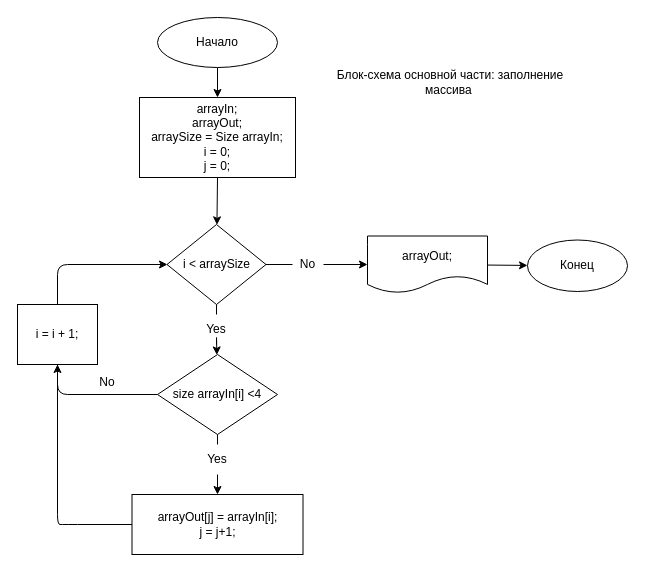
FominaCathy/ControlWork_01 keeps this draw.io diagram as algoritm.drawio. Above is the earlier version. Source tidied: cells renumbered, new cells numbered last; positions are measured from the earlier drawing's top-left corner, leaving out a move shared by most shapes. Both pictures are drawn from the tidied source at 100%, with x=0, y=0 at pixel (17, 17).
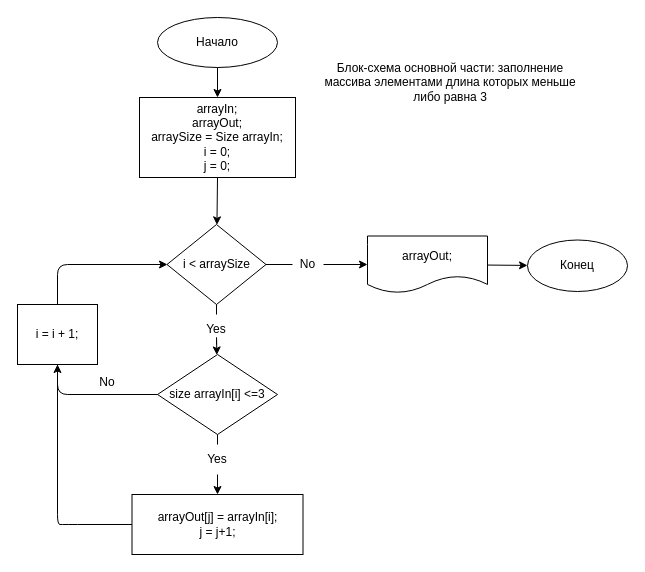
The same diagram, later.

Commit message (it also covers changes not shown here):
доработала метод печать массива

Diff of the diagram source:
```diff
@@
-    <mxCell id="11" value="size arrayIn[i] &amp;lt;4" style="rhombus;whiteSpace=wrap;html=1;" parent="1" vertex="1">
+    <mxCell id="11" value="size arrayIn[i] &amp;lt;=3" style="rhombus;whiteSpace=wrap;html=1;" parent="1" vertex="1">
       <mxGeometry x="140" y="337" width="120" height="80" as="geometry" />
     </mxCell>
@@
-    <mxCell id="25" value="Блок-схема основной части: заполнение массива&amp;nbsp;" style="text;html=1;strokeColor=none;fillColor=none;align=center;verticalAlign=middle;whiteSpace=wrap;rounded=0;" parent="1" vertex="1">
+    <mxCell id="25" value="Блок-схема основной части: заполнение массива элементами длина которых меньше либо равна 3" style="text;html=1;strokeColor=none;fillColor=none;align=center;verticalAlign=middle;whiteSpace=wrap;rounded=0;" parent="1" vertex="1">
       <mxGeometry x="306" y="10" width="254" height="110" as="geometry" />
     </mxCell>
```
